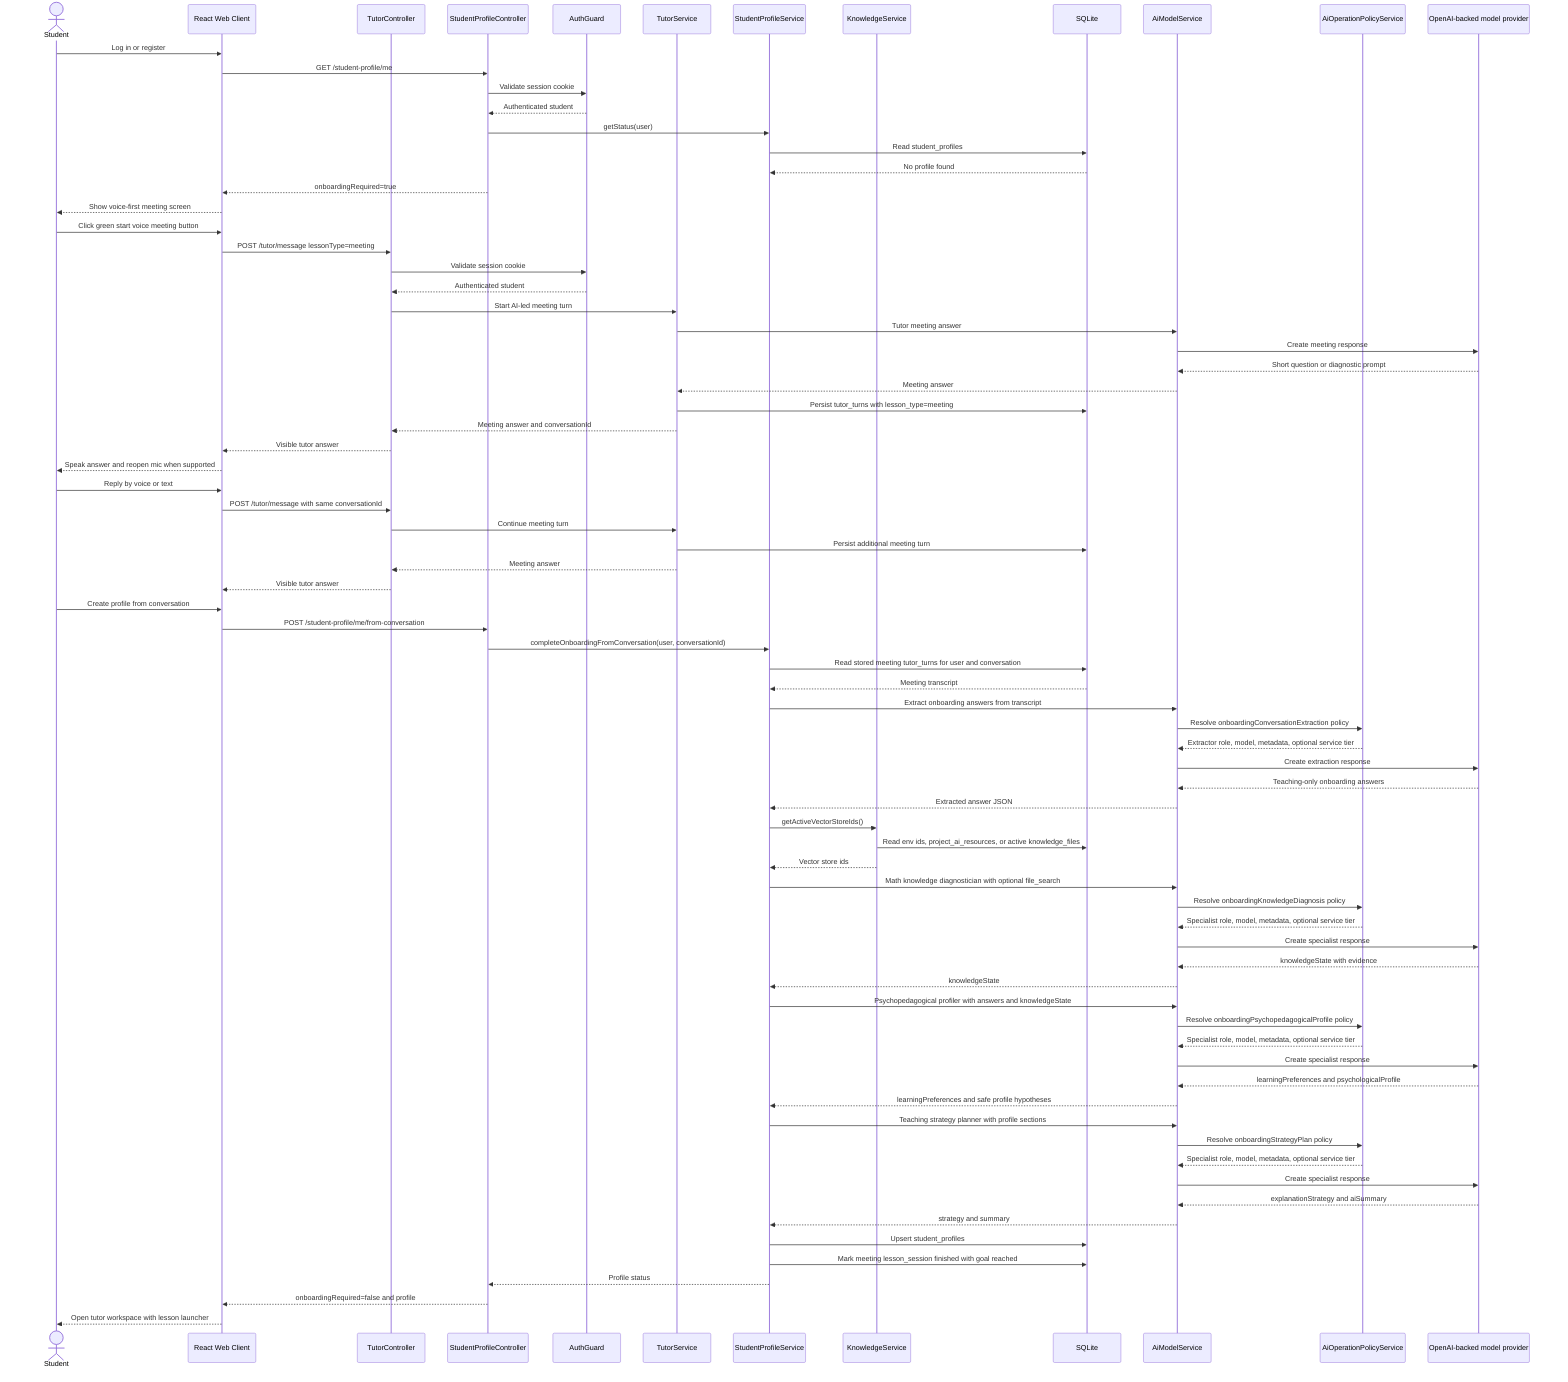
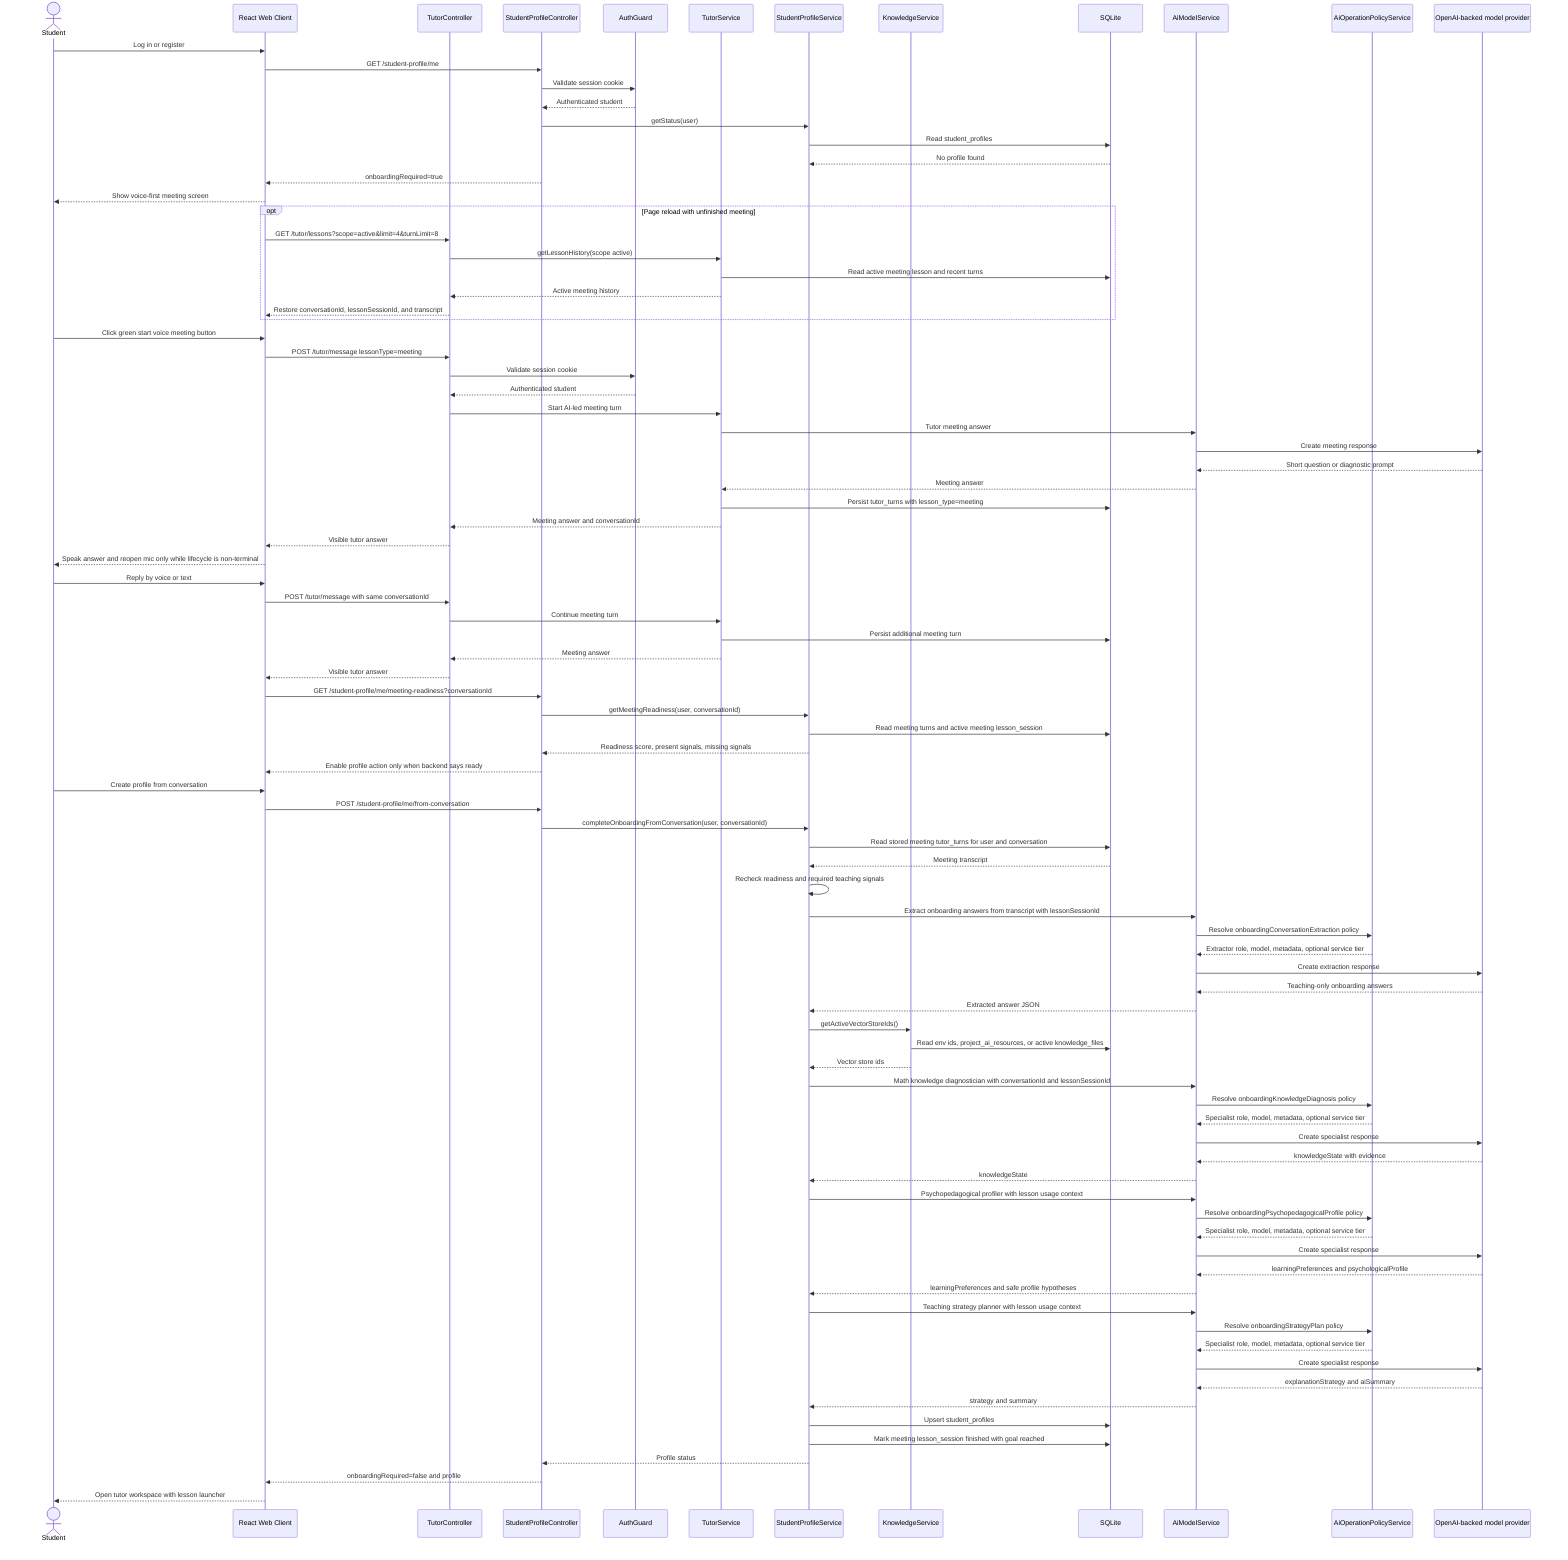
sequenceDiagram
  actor Student
  participant Web as React Web Client
  participant TutorApi as TutorController
  participant API as StudentProfileController
  participant Auth as AuthGuard
  participant Tutor as TutorService
  participant Profile as StudentProfileService
  participant Knowledge as KnowledgeService
  participant DB as SQLite
  participant AIModel as AiModelService
  participant Policy as AiOperationPolicyService
  participant OpenAI as OpenAI-backed model provider

  Student->>Web: Log in or register
  Web->>API: GET /student-profile/me
  API->>Auth: Validate session cookie
  Auth-->>API: Authenticated student
  API->>Profile: getStatus(user)
  Profile->>DB: Read student_profiles
  DB-->>Profile: No profile found
  API-->>Web: onboardingRequired=true
  Web-->>Student: Show voice-first meeting screen
+   opt Page reload with unfinished meeting
+     Web->>TutorApi: GET /tutor/lessons?scope=active&limit=4&turnLimit=8
+     TutorApi->>Tutor: getLessonHistory(scope active)
+     Tutor->>DB: Read active meeting lesson and recent turns
+     Tutor-->>TutorApi: Active meeting history
+     TutorApi-->>Web: Restore conversationId, lessonSessionId, and transcript
+   end
  Student->>Web: Click green start voice meeting button
  Web->>TutorApi: POST /tutor/message lessonType=meeting
  TutorApi->>Auth: Validate session cookie
  Auth-->>TutorApi: Authenticated student
  TutorApi->>Tutor: Start AI-led meeting turn
  Tutor->>AIModel: Tutor meeting answer
  AIModel->>OpenAI: Create meeting response
  OpenAI-->>AIModel: Short question or diagnostic prompt
  AIModel-->>Tutor: Meeting answer
  Tutor->>DB: Persist tutor_turns with lesson_type=meeting
  Tutor-->>TutorApi: Meeting answer and conversationId
  TutorApi-->>Web: Visible tutor answer
-   Web-->>Student: Speak answer and reopen mic when supported
+   Web-->>Student: Speak answer and reopen mic only while lifecycle is non-terminal
  Student->>Web: Reply by voice or text
  Web->>TutorApi: POST /tutor/message with same conversationId
  TutorApi->>Tutor: Continue meeting turn
  Tutor->>DB: Persist additional meeting turn
  Tutor-->>TutorApi: Meeting answer
  TutorApi-->>Web: Visible tutor answer
+   Web->>API: GET /student-profile/me/meeting-readiness?conversationId
+   API->>Profile: getMeetingReadiness(user, conversationId)
+   Profile->>DB: Read meeting turns and active meeting lesson_session
+   Profile-->>API: Readiness score, present signals, missing signals
+   API-->>Web: Enable profile action only when backend says ready
  Student->>Web: Create profile from conversation
  Web->>API: POST /student-profile/me/from-conversation
  API->>Profile: completeOnboardingFromConversation(user, conversationId)
  Profile->>DB: Read stored meeting tutor_turns for user and conversation
  DB-->>Profile: Meeting transcript
-   Profile->>AIModel: Extract onboarding answers from transcript
+   Profile->>Profile: Recheck readiness and required teaching signals
+   Profile->>AIModel: Extract onboarding answers from transcript with lessonSessionId
  AIModel->>Policy: Resolve onboardingConversationExtraction policy
  Policy-->>AIModel: Extractor role, model, metadata, optional service tier
  AIModel->>OpenAI: Create extraction response
  OpenAI-->>AIModel: Teaching-only onboarding answers
  AIModel-->>Profile: Extracted answer JSON
  Profile->>Knowledge: getActiveVectorStoreIds()
  Knowledge->>DB: Read env ids, project_ai_resources, or active knowledge_files
  Knowledge-->>Profile: Vector store ids
-   Profile->>AIModel: Math knowledge diagnostician with optional file_search
+   Profile->>AIModel: Math knowledge diagnostician with conversationId and lessonSessionId
  AIModel->>Policy: Resolve onboardingKnowledgeDiagnosis policy
  Policy-->>AIModel: Specialist role, model, metadata, optional service tier
  AIModel->>OpenAI: Create specialist response
  OpenAI-->>AIModel: knowledgeState with evidence
  AIModel-->>Profile: knowledgeState
-   Profile->>AIModel: Psychopedagogical profiler with answers and knowledgeState
+   Profile->>AIModel: Psychopedagogical profiler with lesson usage context
  AIModel->>Policy: Resolve onboardingPsychopedagogicalProfile policy
  Policy-->>AIModel: Specialist role, model, metadata, optional service tier
  AIModel->>OpenAI: Create specialist response
  OpenAI-->>AIModel: learningPreferences and psychologicalProfile
  AIModel-->>Profile: learningPreferences and safe profile hypotheses
-   Profile->>AIModel: Teaching strategy planner with profile sections
+   Profile->>AIModel: Teaching strategy planner with lesson usage context
  AIModel->>Policy: Resolve onboardingStrategyPlan policy
  Policy-->>AIModel: Specialist role, model, metadata, optional service tier
  AIModel->>OpenAI: Create specialist response
  OpenAI-->>AIModel: explanationStrategy and aiSummary
  AIModel-->>Profile: strategy and summary
  Profile->>DB: Upsert student_profiles
  Profile->>DB: Mark meeting lesson_session finished with goal reached
  Profile-->>API: Profile status
  API-->>Web: onboardingRequired=false and profile
  Web-->>Student: Open tutor workspace with lesson launcher
